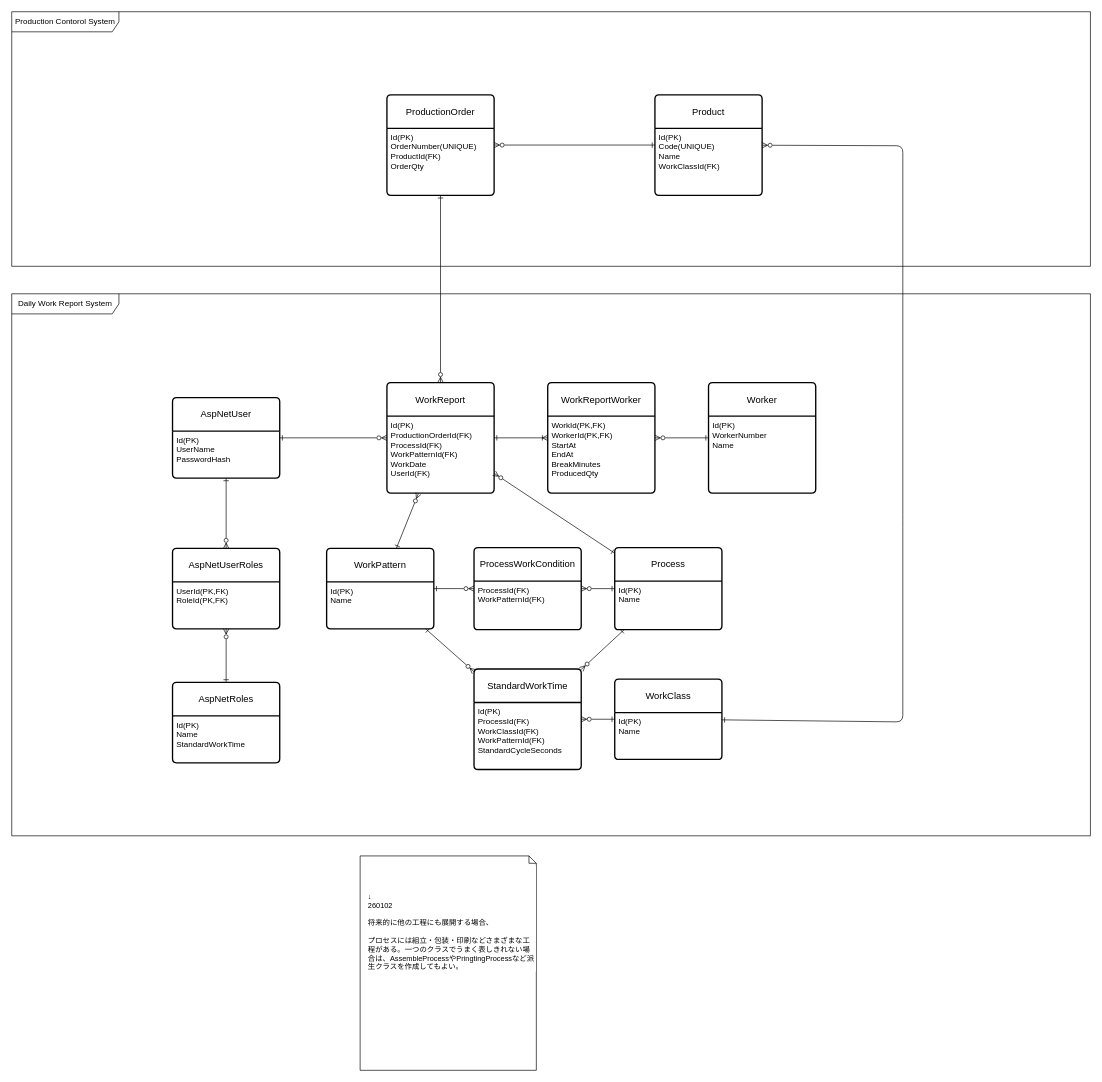
This is docs/er.drawio from junyatanak/work-report-system, a draw.io file, before an edit. Source tidied: cells renumbered, new cells numbered last; positions are measured from the earlier drawing's top-left corner, leaving out a move shared by most shapes. Both pictures are drawn from the tidied source at 67%, with x=0, y=0 at pixel (11, 11).
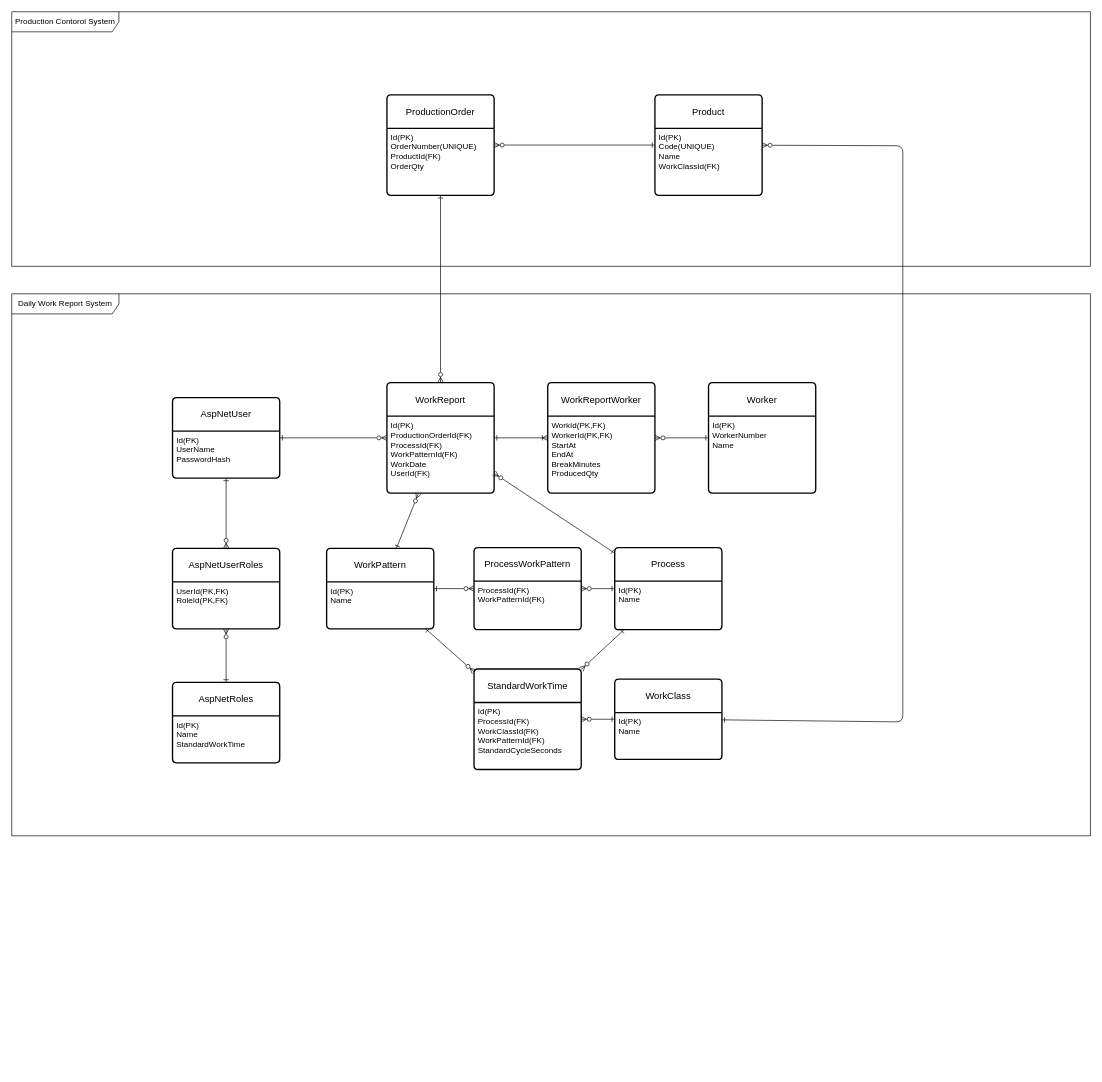
Above is the later version.

Unchanged cells that the change refers to:
```xml
<mxCell id="2" value="Daily Work Report System" style="shape=umlFrame;whiteSpace=wrap;html=1;width=160;" parent="1" vertex="1">
  <mxGeometry y="421" width="1610" height="809" as="geometry" />
</mxCell>
```

Change to the diagram source:
```diff
@@
-    <mxCell id="31" value="ProcessWorkCondition" style="swimlane;horizontal=1;startSize=50;rounded=1;fontSize=14;fontStyle=0;strokeWidth=2;shadow=0;dashed=0;align=center;arcSize=4;whiteSpace=wrap;html=1;" parent="2" vertex="1">
+    <mxCell id="31" value="ProcessWorkPattern" style="swimlane;horizontal=1;startSize=50;rounded=1;fontSize=14;fontStyle=0;strokeWidth=2;shadow=0;dashed=0;align=center;arcSize=4;whiteSpace=wrap;html=1;" parent="2" vertex="1">
       <mxGeometry x="690" y="378.8" width="160" height="122.5" as="geometry" />
     </mxCell>
@@
-    <mxCell id="44" value="&lt;div&gt;&lt;br&gt;&lt;/div&gt;&lt;div&gt;&lt;br&gt;&lt;/div&gt;&lt;div&gt;&lt;br&gt;&lt;/div&gt;&lt;div&gt;↓&lt;/div&gt;&lt;div&gt;260102&lt;/div&gt;&lt;div&gt;&lt;br&gt;&lt;/div&gt;&lt;div&gt;将来的に他の工程にも展開する場合、&lt;/div&gt;&lt;div&gt;&lt;br&gt;&lt;/div&gt;&lt;div&gt;プロセスには組立・包装・印刷などさまざまな工程がある。一つのクラスでうまく表しきれない場合は、AssembleProcessやPringtingProcessなど派生クラスを作成してもよい。&lt;/div&gt;" style="shape=note;size=11;align=left;spacingLeft=10;html=1;whiteSpace=wrap;strokeColor=default;strokeWidth=1;verticalAlign=top;spacingTop=8;fontFamily=Helvetica;fontSize=11;fontColor=default;labelBackgroundColor=default;fillColor=default;" parent="1" vertex="1">
-      <mxGeometry x="520" y="1260" width="263" height="320" as="geometry" />
-    </mxCell>
```
